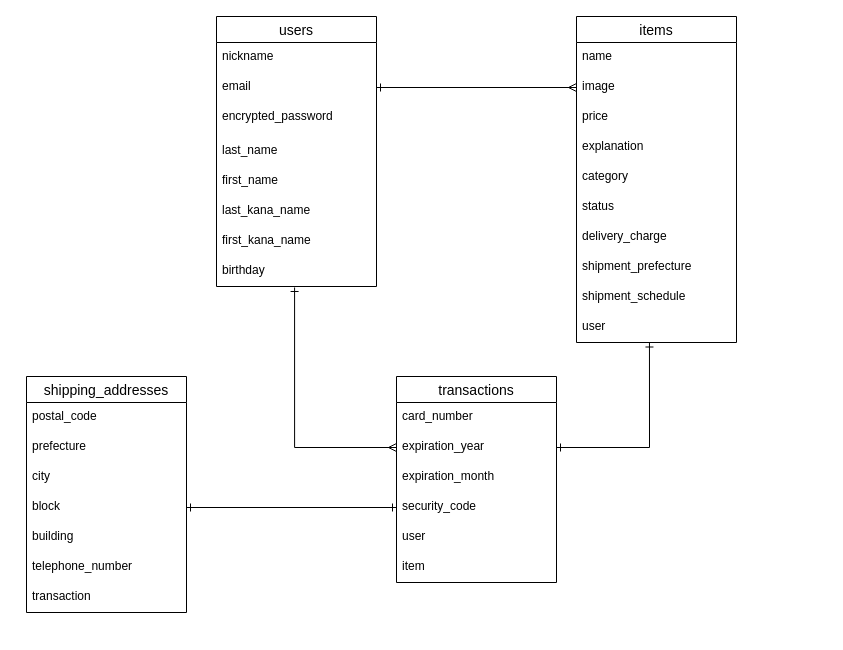
kei-sukey/furima-32584 keeps this draw.io diagram as ER.dio. Above is the earlier version. Source tidied: cells renumbered, new cells numbered last; positions are measured from the earlier drawing's top-left corner, leaving out a move shared by most shapes. Both pictures are drawn from the tidied source at 100%, with x=0, y=0 at pixel (26, 16).
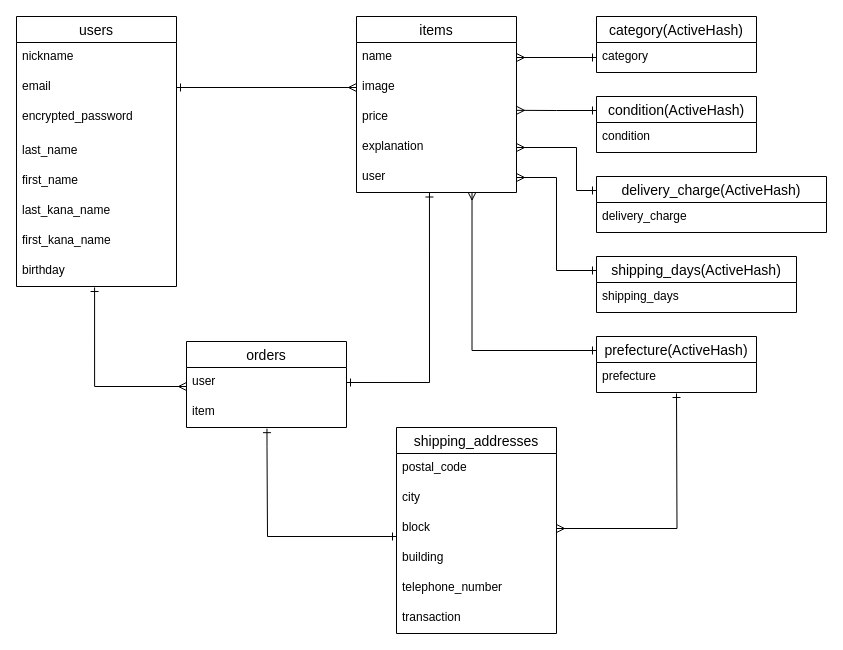
After the change.

Commit message (it also covers changes not shown here):
コードレビュー修正#2

The change refers to these unchanged cells:
```xml
<mxCell id="10" value="birthday" style="text;strokeColor=none;fillColor=none;spacingLeft=4;spacingRight=4;overflow=hidden;points=[[0,0.5],[1,0.5]];portConstraint=eastwest;fontSize=12;" parent="2" vertex="1">
  <mxGeometry y="240" width="160" height="30" as="geometry" />
</mxCell>
<mxCell id="12" value="name" style="text;strokeColor=none;fillColor=none;spacingLeft=4;spacingRight=4;overflow=hidden;points=[[0,0.5],[1,0.5]];portConstraint=eastwest;fontSize=12;" parent="11" vertex="1">
  <mxGeometry y="26" width="160" height="30" as="geometry" />
</mxCell>
<mxCell id="14" value="price" style="text;strokeColor=none;fillColor=none;spacingLeft=4;spacingRight=4;overflow=hidden;points=[[0,0.5],[1,0.5]];portConstraint=eastwest;fontSize=12;" parent="11" vertex="1">
  <mxGeometry y="86" width="160" height="30" as="geometry" />
</mxCell>
<mxCell id="15" value="explanation" style="text;strokeColor=none;fillColor=none;spacingLeft=4;spacingRight=4;overflow=hidden;points=[[0,0.5],[1,0.5]];portConstraint=eastwest;fontSize=12;shadow=0;" parent="11" vertex="1">
  <mxGeometry y="116" width="160" height="30" as="geometry" />
</mxCell>
```

What changed in the source:
```diff
@@
     <mxCell id="2" value="users" style="swimlane;fontStyle=0;horizontal=1;startSize=26;align=center;fontSize=14;" parent="1" vertex="1">
-      <mxGeometry x="190" width="160" height="270" as="geometry" />
+      <mxGeometry x="-10" width="160" height="270" as="geometry" />
     </mxCell>
@@
     <mxCell id="11" value="items" style="swimlane;fontStyle=0;horizontal=1;startSize=26;align=center;fontSize=14;" parent="1" vertex="1">
-      <mxGeometry x="550" width="160" height="326" as="geometry" />
+      <mxGeometry x="330" width="160" height="176" as="geometry" />
     </mxCell>
@@
-    <mxCell id="16" value="category" style="text;strokeColor=none;fillColor=none;spacingLeft=4;spacingRight=4;overflow=hidden;points=[[0,0.5],[1,0.5]];portConstraint=eastwest;fontSize=12;shadow=0;" parent="11" vertex="1">
-      <mxGeometry y="146" width="160" height="30" as="geometry" />
-    </mxCell>
-    <mxCell id="17" value="status" style="text;strokeColor=none;fillColor=none;spacingLeft=4;spacingRight=4;overflow=hidden;fontSize=12;shadow=0;" parent="11" vertex="1">
-      <mxGeometry y="176" width="160" height="30" as="geometry" />
-    </mxCell>
-    <mxCell id="18" value="delivery_charge" style="text;strokeColor=none;fillColor=none;spacingLeft=4;spacingRight=4;overflow=hidden;fontSize=12;shadow=0;" parent="11" vertex="1">
-      <mxGeometry y="206" width="160" height="30" as="geometry" />
-    </mxCell>
-    <mxCell id="19" value="shipment_prefecture" style="text;strokeColor=none;fillColor=none;spacingLeft=4;spacingRight=4;overflow=hidden;fontSize=12;shadow=0;" parent="11" vertex="1">
-      <mxGeometry y="236" width="160" height="30" as="geometry" />
-    </mxCell>
-    <mxCell id="20" value="shipment_schedule" style="text;strokeColor=none;fillColor=none;spacingLeft=4;spacingRight=4;overflow=hidden;fontSize=12;shadow=0;" parent="11" vertex="1">
-      <mxGeometry y="266" width="160" height="30" as="geometry" />
-    </mxCell>
     <mxCell id="21" value="user" style="text;strokeColor=none;fillColor=none;spacingLeft=4;spacingRight=4;overflow=hidden;points=[[0,0.5],[1,0.5]];portConstraint=eastwest;fontSize=12;shadow=0;" parent="11" vertex="1">
-      <mxGeometry y="296" width="160" height="30" as="geometry" />
+      <mxGeometry y="146" width="160" height="30" as="geometry" />
     </mxCell>
@@
-    <mxCell id="23" value="transactions" style="swimlane;fontStyle=0;horizontal=1;startSize=26;align=center;fontSize=14;shadow=0;" parent="1" vertex="1">
-      <mxGeometry x="370" y="360" width="160" height="206" as="geometry" />
+    <mxCell id="23" value="orders" style="swimlane;fontStyle=0;horizontal=1;startSize=26;align=center;fontSize=14;shadow=0;" parent="1" vertex="1">
+      <mxGeometry x="160" y="325" width="160" height="86" as="geometry" />
     </mxCell>
-    <mxCell id="24" value="card_number" style="text;strokeColor=none;fillColor=none;spacingLeft=4;spacingRight=4;overflow=hidden;fontSize=12;" parent="23" vertex="1">
-      <mxGeometry y="26" width="160" height="30" as="geometry" />
-    </mxCell>
-    <mxCell id="25" value="expiration_year" style="text;strokeColor=none;fillColor=none;spacingLeft=4;spacingRight=4;overflow=hidden;points=[[0,0.5],[1,0.5]];portConstraint=eastwest;fontSize=12;" parent="23" vertex="1">
-      <mxGeometry y="56" width="160" height="30" as="geometry" />
-    </mxCell>
-    <mxCell id="26" value="expiration_month" style="text;strokeColor=none;fillColor=none;spacingLeft=4;spacingRight=4;overflow=hidden;fontSize=12;" parent="23" vertex="1">
-      <mxGeometry y="86" width="160" height="30" as="geometry" />
-    </mxCell>
-    <mxCell id="27" value="security_code" style="text;strokeColor=none;fillColor=none;spacingLeft=4;spacingRight=4;overflow=hidden;points=[[0,0.5],[1,0.5]];portConstraint=eastwest;fontSize=12;" parent="23" vertex="1">
-      <mxGeometry y="116" width="160" height="30" as="geometry" />
-    </mxCell>
     <mxCell id="28" value="user" style="text;strokeColor=none;fillColor=none;spacingLeft=4;spacingRight=4;overflow=hidden;points=[[0,0.5],[1,0.5]];portConstraint=eastwest;fontSize=12;" parent="23" vertex="1">
-      <mxGeometry y="146" width="160" height="30" as="geometry" />
+      <mxGeometry y="26" width="160" height="30" as="geometry" />
     </mxCell>
     <mxCell id="29" value="item" style="text;strokeColor=none;fillColor=none;spacingLeft=4;spacingRight=4;overflow=hidden;points=[[0,0.5],[1,0.5]];portConstraint=eastwest;fontSize=12;" parent="23" vertex="1">
-      <mxGeometry y="176" width="160" height="30" as="geometry" />
+      <mxGeometry y="56" width="160" height="30" as="geometry" />
     </mxCell>
-    <mxCell id="30" style="edgeStyle=orthogonalEdgeStyle;rounded=0;jettySize=auto;html=1;exitX=1;exitY=0.5;exitDx=0;exitDy=0;startArrow=ERone;startFill=0;endArrow=ERone;endFill=0;entryX=0.456;entryY=1.017;entryDx=0;entryDy=0;entryPerimeter=0;" parent="1" edge="1" source="25" target="21">
-      <mxGeometry relative="1" as="geometry" />
+    <mxCell id="30" style="edgeStyle=orthogonalEdgeStyle;rounded=0;jettySize=auto;html=1;startArrow=ERone;startFill=0;endArrow=ERone;endFill=0;entryX=0.456;entryY=1.017;entryDx=0;entryDy=0;entryPerimeter=0;exitX=1;exitY=0.5;exitDx=0;exitDy=0;" parent="1" edge="1" source="28" target="21">
+      <mxGeometry relative="1" as="geometry">
+        <Array as="points">
+          <mxPoint x="403" y="366" />
+        </Array>
+      </mxGeometry>
     </mxCell>
-    <mxCell id="31" style="edgeStyle=orthogonalEdgeStyle;rounded=0;jettySize=auto;html=1;exitX=0;exitY=0.5;exitDx=0;exitDy=0;startArrow=ERmany;startFill=0;endArrow=ERone;endFill=0;entryX=0.488;entryY=1.033;entryDx=0;entryDy=0;entryPerimeter=0;" parent="1" edge="1" source="25" target="10">
-      <mxGeometry relative="1" as="geometry" />
+    <mxCell id="31" style="edgeStyle=orthogonalEdgeStyle;rounded=0;jettySize=auto;html=1;startArrow=ERmany;startFill=0;endArrow=ERone;endFill=0;entryX=0.488;entryY=1.033;entryDx=0;entryDy=0;entryPerimeter=0;" parent="1" edge="1" target="10">
+      <mxGeometry relative="1" as="geometry">
+        <mxPoint x="160" y="370" as="sourcePoint" />
+        <Array as="points">
+          <mxPoint x="68" y="370" />
+        </Array>
+      </mxGeometry>
     </mxCell>
     <mxCell id="32" value="shipping_addresses" style="swimlane;fontStyle=0;horizontal=1;startSize=26;align=center;fontSize=14;shadow=0;" parent="1" vertex="1">
-      <mxGeometry y="360" width="160" height="236" as="geometry" />
+      <mxGeometry x="370" y="411" width="160" height="206" as="geometry" />
     </mxCell>
@@
-    <mxCell id="34" value="prefecture" style="text;strokeColor=none;fillColor=none;spacingLeft=4;spacingRight=4;overflow=hidden;fontSize=12;" parent="32" vertex="1">
-      <mxGeometry y="56" width="160" height="30" as="geometry" />
-    </mxCell>
     <mxCell id="35" value="city" style="text;strokeColor=none;fillColor=none;spacingLeft=4;spacingRight=4;overflow=hidden;fontSize=12;" parent="32" vertex="1">
-      <mxGeometry y="86" width="160" height="30" as="geometry" />
+      <mxGeometry y="56" width="160" height="30" as="geometry" />
     </mxCell>
     <mxCell id="36" value="block" style="text;strokeColor=none;fillColor=none;spacingLeft=4;spacingRight=4;overflow=hidden;points=[[0,0.5],[1,0.5]];portConstraint=eastwest;fontSize=12;" parent="32" vertex="1">
-      <mxGeometry y="116" width="160" height="30" as="geometry" />
+      <mxGeometry y="86" width="160" height="30" as="geometry" />
     </mxCell>
     <mxCell id="37" value="building" style="text;strokeColor=none;fillColor=none;spacingLeft=4;spacingRight=4;overflow=hidden;fontSize=12;" parent="32" vertex="1">
-      <mxGeometry y="146" width="160" height="30" as="geometry" />
+      <mxGeometry y="116" width="160" height="30" as="geometry" />
     </mxCell>
     <mxCell id="38" value="telephone_number" style="text;strokeColor=none;fillColor=none;spacingLeft=4;spacingRight=4;overflow=hidden;fontSize=12;" parent="32" vertex="1">
-      <mxGeometry y="176" width="160" height="30" as="geometry" />
+      <mxGeometry y="146" width="160" height="30" as="geometry" />
     </mxCell>
     <mxCell id="39" value="transaction" style="text;strokeColor=none;fillColor=none;spacingLeft=4;spacingRight=4;overflow=hidden;fontSize=12;" parent="32" vertex="1">
-      <mxGeometry y="206" width="160" height="30" as="geometry" />
+      <mxGeometry y="176" width="160" height="30" as="geometry" />
     </mxCell>
-    <mxCell id="40" style="edgeStyle=orthogonalEdgeStyle;rounded=0;jettySize=auto;html=1;entryX=0;entryY=0.5;entryDx=0;entryDy=0;startArrow=ERone;startFill=0;endArrow=ERone;endFill=0;exitX=1;exitY=0.5;exitDx=0;exitDy=0;" parent="1" edge="1" source="36" target="27">
-      <mxGeometry relative="1" as="geometry" />
+    <mxCell id="40" style="edgeStyle=orthogonalEdgeStyle;rounded=0;jettySize=auto;html=1;startArrow=ERone;startFill=0;endArrow=ERone;endFill=0;exitX=0.503;exitY=1.039;exitDx=0;exitDy=0;exitPerimeter=0;" parent="1" edge="1" source="29">
+      <mxGeometry relative="1" as="geometry">
+        <mxPoint x="370" y="520" as="targetPoint" />
+        <Array as="points">
+          <mxPoint x="241" y="430" />
+          <mxPoint x="241" y="520" />
+        </Array>
+      </mxGeometry>
     </mxCell>
+    <mxCell id="41" value="category(ActiveHash)" style="swimlane;fontStyle=0;horizontal=1;startSize=26;align=center;fontSize=14;" parent="1" vertex="1">
+      <mxGeometry x="570" width="160" height="56" as="geometry" />
+    </mxCell>
+    <mxCell id="16" value="category" style="text;strokeColor=none;fillColor=none;spacingLeft=4;spacingRight=4;overflow=hidden;points=[[0,0.5],[1,0.5]];portConstraint=eastwest;fontSize=12;" parent="41" vertex="1">
+      <mxGeometry y="26" width="160" height="30" as="geometry" />
+    </mxCell>
+    <mxCell id="42" style="edgeStyle=orthogonalEdgeStyle;rounded=0;jettySize=auto;html=1;exitX=0;exitY=0.25;exitDx=0;exitDy=0;entryX=1;entryY=0.261;entryDx=0;entryDy=0;entryPerimeter=0;startArrow=ERone;startFill=0;endArrow=ERmany;endFill=0;" parent="1" edge="1" source="43" target="14">
+      <mxGeometry relative="1" as="geometry" />
+    </mxCell>
+    <mxCell id="43" value="condition(ActiveHash)" style="swimlane;fontStyle=0;horizontal=1;startSize=26;align=center;fontSize=14;" parent="1" vertex="1">
+      <mxGeometry x="570" y="80" width="160" height="56" as="geometry" />
+    </mxCell>
+    <mxCell id="44" style="edgeStyle=orthogonalEdgeStyle;rounded=0;jettySize=auto;html=1;exitX=0;exitY=0.25;exitDx=0;exitDy=0;entryX=1;entryY=0.5;entryDx=0;entryDy=0;startArrow=ERone;startFill=0;endArrow=ERmany;endFill=0;" parent="1" edge="1" source="45" target="15">
+      <mxGeometry relative="1" as="geometry">
+        <Array as="points">
+          <mxPoint x="550" y="174" />
+          <mxPoint x="550" y="131" />
+        </Array>
+      </mxGeometry>
+    </mxCell>
+    <mxCell id="45" value="delivery_charge(ActiveHash)" style="swimlane;fontStyle=0;horizontal=1;startSize=26;align=center;fontSize=14;" parent="1" vertex="1">
+      <mxGeometry x="570" y="160" width="230" height="56" as="geometry" />
+    </mxCell>
+    <mxCell id="18" value="delivery_charge" style="text;strokeColor=none;fillColor=none;spacingLeft=4;spacingRight=4;overflow=hidden;fontSize=12;" parent="45" vertex="1">
+      <mxGeometry y="26" width="230" height="30" as="geometry" />
+    </mxCell>
+    <mxCell id="46" style="edgeStyle=orthogonalEdgeStyle;rounded=0;jettySize=auto;html=1;exitX=0;exitY=0.25;exitDx=0;exitDy=0;entryX=0.722;entryY=0.983;entryDx=0;entryDy=0;entryPerimeter=0;startArrow=ERone;startFill=0;endArrow=ERmany;endFill=0;" parent="1" edge="1" source="48" target="21">
+      <mxGeometry relative="1" as="geometry" />
+    </mxCell>
+    <mxCell id="47" style="edgeStyle=orthogonalEdgeStyle;rounded=0;jettySize=auto;html=1;startArrow=ERone;startFill=0;endArrow=ERmany;endFill=0;entryX=1;entryY=0.5;entryDx=0;entryDy=0;" parent="1" edge="1" target="36">
+      <mxGeometry relative="1" as="geometry">
+        <mxPoint x="650" y="377" as="sourcePoint" />
+      </mxGeometry>
+    </mxCell>
+    <mxCell id="48" value="prefecture(ActiveHash)" style="swimlane;fontStyle=0;horizontal=1;startSize=26;align=center;fontSize=14;" parent="1" vertex="1">
+      <mxGeometry x="570" y="320" width="160" height="56" as="geometry" />
+    </mxCell>
+    <mxCell id="34" value="prefecture" style="text;strokeColor=none;fillColor=none;spacingLeft=4;spacingRight=4;overflow=hidden;fontSize=12;" parent="48" vertex="1">
+      <mxGeometry y="26" width="160" height="30" as="geometry" />
+    </mxCell>
+    <mxCell id="49" style="edgeStyle=orthogonalEdgeStyle;rounded=0;jettySize=auto;html=1;exitX=0;exitY=0.25;exitDx=0;exitDy=0;entryX=1;entryY=0.5;entryDx=0;entryDy=0;startArrow=ERone;startFill=0;endArrow=ERmany;endFill=0;" parent="1" edge="1" source="50" target="21">
+      <mxGeometry relative="1" as="geometry">
+        <Array as="points">
+          <mxPoint x="530" y="254" />
+          <mxPoint x="530" y="161" />
+        </Array>
+      </mxGeometry>
+    </mxCell>
+    <mxCell id="50" value="shipping_days(ActiveHash)" style="swimlane;fontStyle=0;horizontal=1;startSize=26;align=center;fontSize=14;" parent="1" vertex="1">
+      <mxGeometry x="570" y="240" width="200" height="56" as="geometry" />
+    </mxCell>
+    <mxCell id="51" value="shipping_days" style="text;strokeColor=none;fillColor=none;spacingLeft=4;spacingRight=4;overflow=hidden;fontSize=12;" parent="50" vertex="1">
+      <mxGeometry y="26" width="200" height="30" as="geometry" />
+    </mxCell>
+    <mxCell id="52" style="edgeStyle=orthogonalEdgeStyle;rounded=0;jettySize=auto;html=1;exitX=0;exitY=0.5;exitDx=0;exitDy=0;entryX=1;entryY=0.5;entryDx=0;entryDy=0;endArrow=ERmany;endFill=0;startArrow=ERone;startFill=0;" parent="1" edge="1" source="16" target="12">
+      <mxGeometry relative="1" as="geometry" />
+    </mxCell>
+    <mxCell id="53" value="condition" style="text;strokeColor=none;fillColor=none;spacingLeft=4;spacingRight=4;overflow=hidden;fontSize=12;" parent="1" vertex="1">
+      <mxGeometry x="570" y="106" width="160" height="30" as="geometry" />
+    </mxCell>
```
